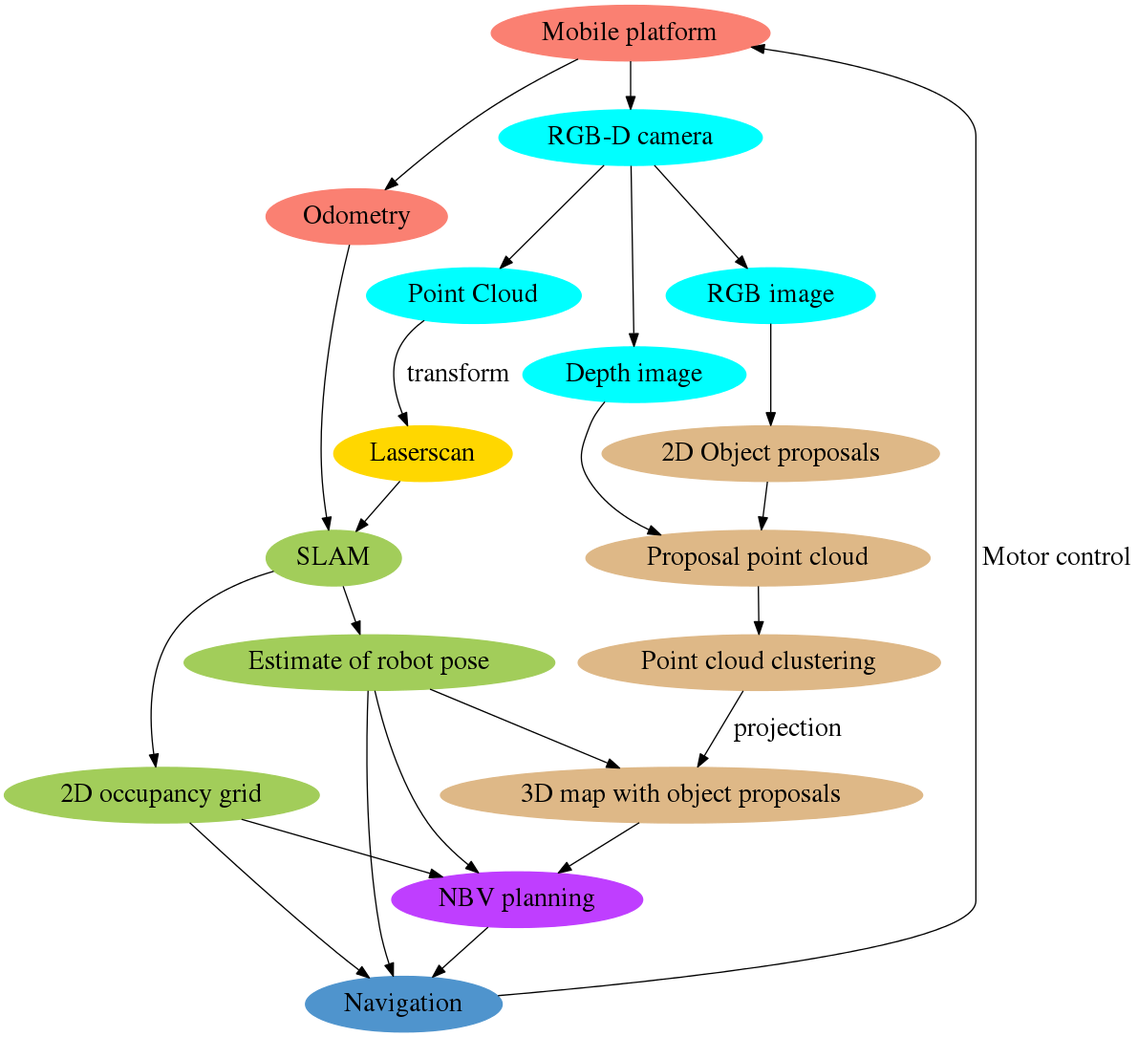
Before: final_report/dot/overview.png, a diagram exported from Graphviz (Fabse92/cv_project). Its source is kept beside it as final_report/dot/overview.dot.
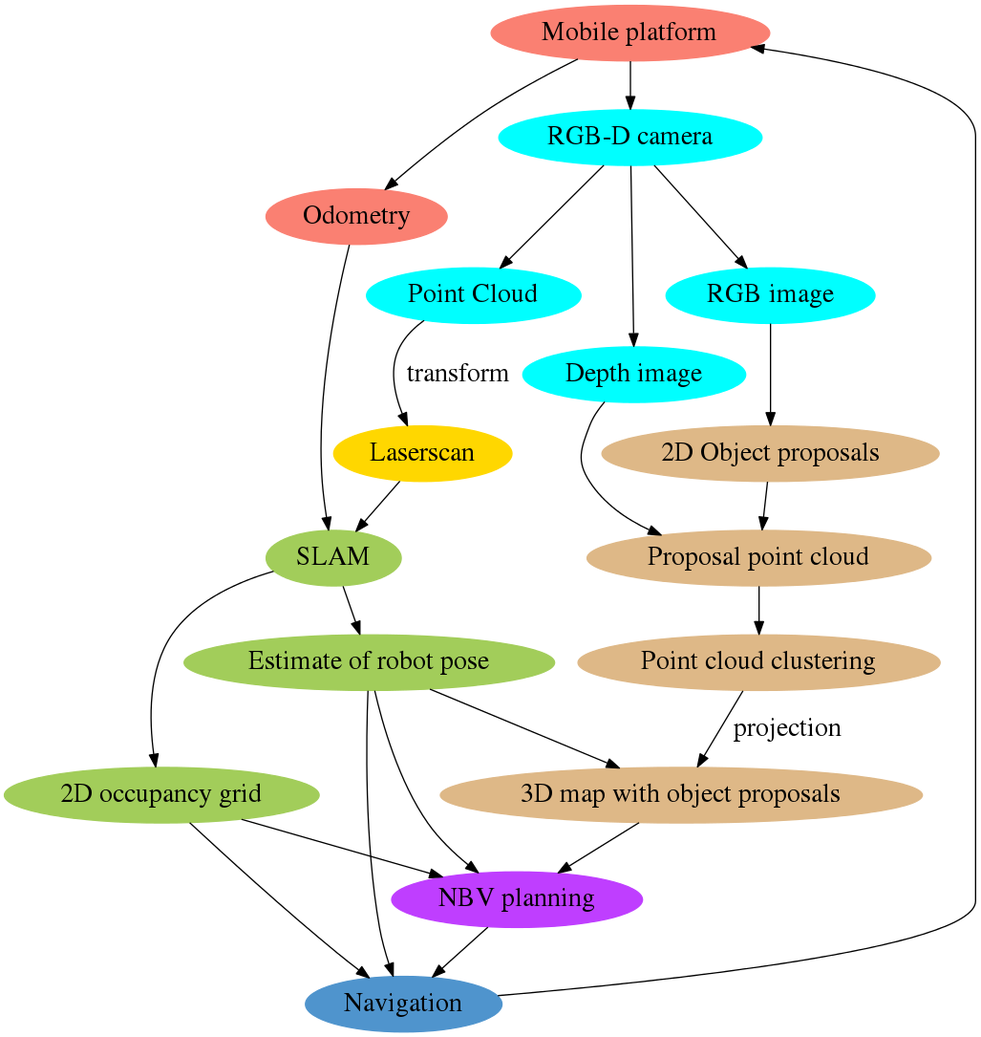
Later version of the same file.

Change to the diagram source:
```diff
@@ -41,5 +41,5 @@
 	"2D occupancy grid" -> "Navigation";
 	"Estimate of robot pose" -> "Navigation";
 	"Estimate of robot pose" -> "NBV planning";
-	"Navigation" -> "Mobile platform" [label = " Motor control"];
+	"Navigation" -> "Mobile platform";
 }
```
